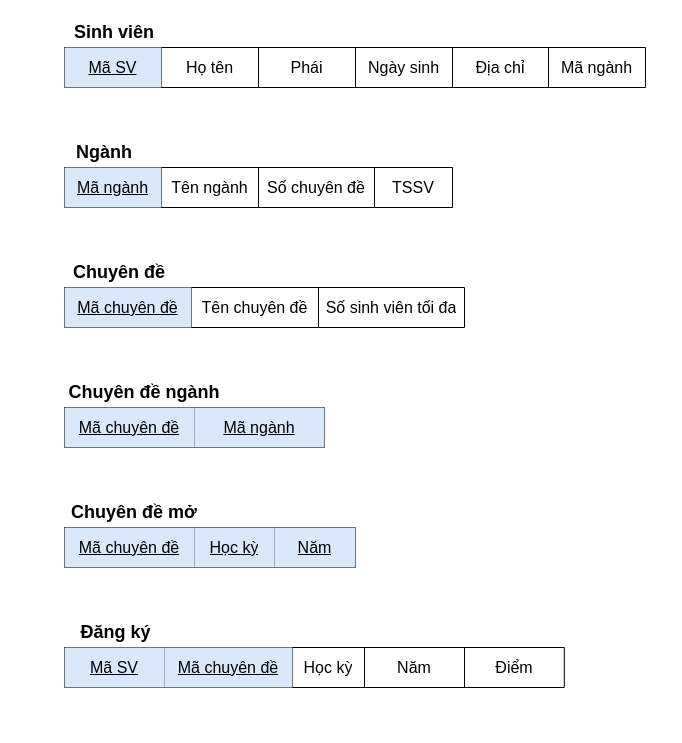
The draw.io diagram Biểu đồ không có tiêu đề.drawio in theConnectorr/first, before the edit. Source tidied: cells renumbered, new cells numbered last; positions are measured from the earlier drawing's top-left corner, leaving out a move shared by most shapes. Both pictures are drawn from the tidied source at 100%, with x=0, y=0 at pixel (64, 17).
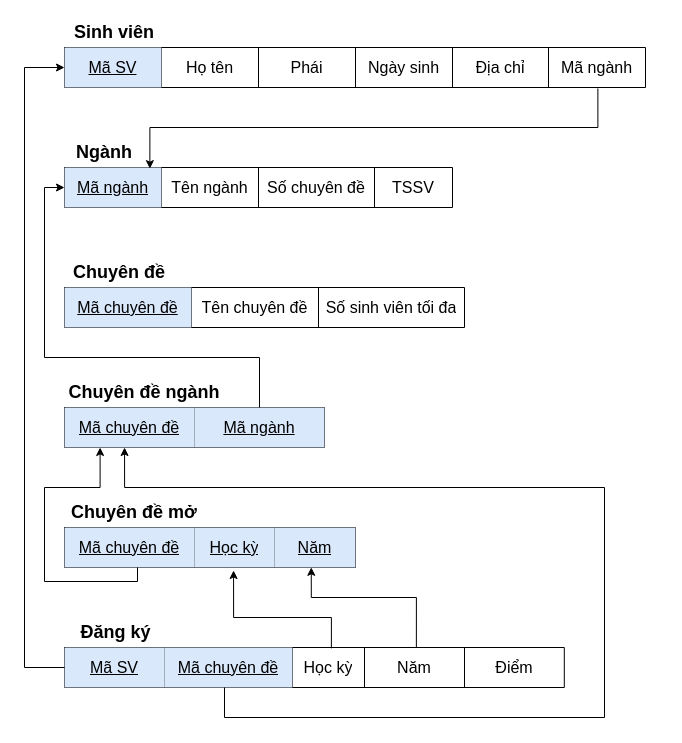
The same page after the edit.

Commit message:
Cập nhật Biểu đồ không có tiêu đề.drawio

The change refers to these unchanged cells:
```xml
<mxCell id="3" style="shape=table;startSize=0;childLayout=tableLayout;fontSize=16;" parent="2" vertex="1">
  <mxGeometry y="30" width="581" height="40" as="geometry" />
</mxCell>
<mxCell id="4" style="shape=tableRow;horizontal=0;startSize=0;swimlaneHead=0;swimlaneBody=0;strokeColor=inherit;top=0;left=0;bottom=0;right=0;fillColor=none;points=[[0,0.5],[1,0.5]];portConstraint=eastwest;fontSize=16;" parent="3" vertex="1">
  <mxGeometry width="581" height="40" as="geometry" />
</mxCell>
<mxCell id="13" style="shape=table;startSize=0;childLayout=tableLayout;fontSize=16;" parent="12" vertex="1">
  <mxGeometry y="30" width="388" height="40" as="geometry" />
</mxCell>
<mxCell id="14" style="shape=tableRow;horizontal=0;startSize=0;swimlaneHead=0;swimlaneBody=0;strokeColor=inherit;top=0;left=0;bottom=0;right=0;fillColor=none;points=[[0,0.5],[1,0.5]];portConstraint=eastwest;fontSize=16;" parent="13" vertex="1">
  <mxGeometry width="388" height="40" as="geometry" />
</mxCell>
<mxCell id="28" style="shape=table;startSize=0;childLayout=tableLayout;fontSize=16;" parent="27" vertex="1">
  <mxGeometry y="30" width="260" height="40" as="geometry" />
</mxCell>
<mxCell id="29" style="shape=tableRow;horizontal=0;startSize=0;swimlaneHead=0;swimlaneBody=0;strokeColor=inherit;top=0;left=0;bottom=0;right=0;fillColor=none;points=[[0,0.5],[1,0.5]];portConstraint=eastwest;fontSize=16;" parent="28" vertex="1">
  <mxGeometry width="260" height="40" as="geometry" />
</mxCell>
<mxCell id="34" style="shape=table;startSize=0;childLayout=tableLayout;fontSize=16;" parent="33" vertex="1">
  <mxGeometry y="30" width="291" height="40" as="geometry" />
</mxCell>
<mxCell id="35" style="shape=tableRow;horizontal=0;startSize=0;swimlaneHead=0;swimlaneBody=0;strokeColor=inherit;top=0;left=0;bottom=0;right=0;fillColor=none;points=[[0,0.5],[1,0.5]];portConstraint=eastwest;fontSize=16;" parent="34" vertex="1">
  <mxGeometry width="291" height="40" as="geometry" />
</mxCell>
<mxCell id="42" style="shape=tableRow;horizontal=0;startSize=0;swimlaneHead=0;swimlaneBody=0;strokeColor=inherit;top=0;left=0;bottom=0;right=0;fillColor=none;points=[[0,0.5],[1,0.5]];portConstraint=eastwest;fontSize=16;" parent="41" vertex="1">
  <mxGeometry width="499.8" height="40" as="geometry" />
</mxCell>
```

Diff of the diagram source:
```diff
@@
+    <mxCell id="49" style="edgeStyle=orthogonalEdgeStyle;rounded=0;orthogonalLoop=1;jettySize=auto;html=1;entryX=0.137;entryY=1.155;entryDx=0;entryDy=0;entryPerimeter=0;" parent="1" edge="1">
+      <mxGeometry relative="1" as="geometry">
+        <mxPoint x="73" y="550" as="sourcePoint" />
+        <mxPoint x="35.6" y="430" as="targetPoint" />
+        <Array as="points">
+          <mxPoint x="73" y="564" />
+          <mxPoint x="-20" y="564" />
+          <mxPoint x="-20" y="470" />
+          <mxPoint x="36" y="470" />
+        </Array>
+      </mxGeometry>
+    </mxCell>
+    <mxCell id="50" style="edgeStyle=orthogonalEdgeStyle;rounded=0;jettySize=auto;html=1;exitX=0.75;exitY=0;exitDx=0;exitDy=0;" parent="1" edge="1" source="28" target="14">
+      <mxGeometry relative="1" as="geometry">
+        <Array as="points">
+          <mxPoint x="195" y="340" />
+          <mxPoint x="-20" y="340" />
+          <mxPoint x="-20" y="170" />
+        </Array>
+      </mxGeometry>
+    </mxCell>
+    <mxCell id="51" style="edgeStyle=orthogonalEdgeStyle;rounded=0;jettySize=auto;html=1;exitX=0;exitY=0.5;exitDx=0;exitDy=0;entryX=0;entryY=0.5;entryDx=0;entryDy=0;" parent="1" edge="1" source="42" target="3">
+      <mxGeometry relative="1" as="geometry">
+        <Array as="points">
+          <mxPoint x="-40" y="650" />
+          <mxPoint x="-40" y="50" />
+        </Array>
+      </mxGeometry>
+    </mxCell>
+    <mxCell id="52" style="edgeStyle=orthogonalEdgeStyle;rounded=0;jettySize=auto;html=1;entryX=0.231;entryY=1;entryDx=0;entryDy=0;entryPerimeter=0;" parent="1" edge="1" target="29">
+      <mxGeometry relative="1" as="geometry">
+        <mxPoint x="160" y="670" as="sourcePoint" />
+        <Array as="points">
+          <mxPoint x="160" y="700" />
+          <mxPoint x="540" y="700" />
+          <mxPoint x="540" y="470" />
+          <mxPoint x="60" y="470" />
+        </Array>
+      </mxGeometry>
+    </mxCell>
+    <mxCell id="53" style="edgeStyle=orthogonalEdgeStyle;rounded=0;jettySize=auto;html=1;exitX=0.534;exitY=0.021;exitDx=0;exitDy=0;entryX=0.581;entryY=1.075;entryDx=0;entryDy=0;entryPerimeter=0;exitPerimeter=0;" parent="1" edge="1" source="42" target="34">
+      <mxGeometry relative="1" as="geometry">
+        <Array as="points">
+          <mxPoint x="267" y="600" />
+          <mxPoint x="169" y="600" />
+        </Array>
+      </mxGeometry>
+    </mxCell>
+    <mxCell id="54" style="edgeStyle=orthogonalEdgeStyle;rounded=0;jettySize=auto;html=1;entryX=0.848;entryY=0.996;entryDx=0;entryDy=0;entryPerimeter=0;exitX=0.704;exitY=-0.001;exitDx=0;exitDy=0;exitPerimeter=0;" parent="1" edge="1" source="42" target="35">
+      <mxGeometry relative="1" as="geometry">
+        <Array as="points">
+          <mxPoint x="352" y="580" />
+          <mxPoint x="247" y="580" />
+        </Array>
+      </mxGeometry>
+    </mxCell>
+    <mxCell id="55" style="edgeStyle=orthogonalEdgeStyle;rounded=0;jettySize=auto;html=1;exitX=0.918;exitY=1.024;exitDx=0;exitDy=0;entryX=0.22;entryY=0.028;entryDx=0;entryDy=0;entryPerimeter=0;exitPerimeter=0;" parent="1" edge="1" source="4" target="13">
+      <mxGeometry relative="1" as="geometry" />
+    </mxCell>
```
